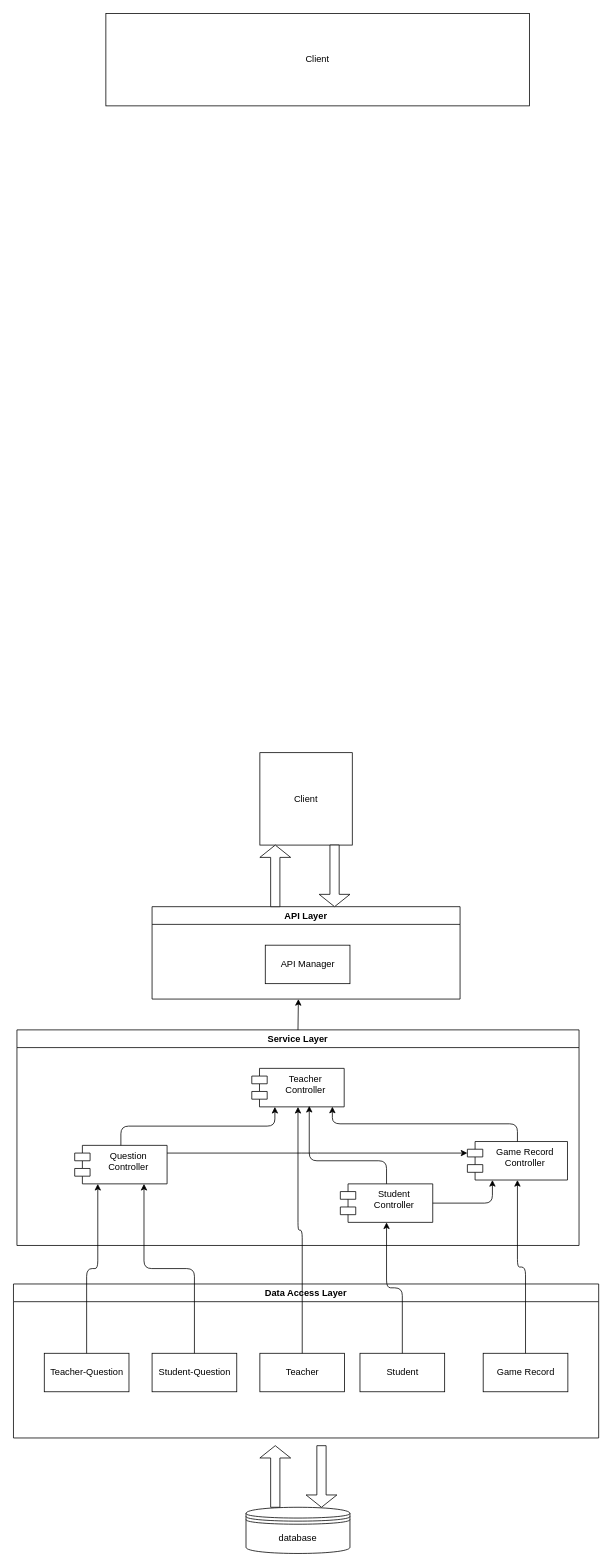
This is backend/Architecture_Diagram.drawio from zhangyongzhe20/CZ3003, a draw.io file, before an edit. Source tidied: cells renumbered, new cells numbered last; positions are measured from the earlier drawing's top-left corner, leaving out a move shared by most shapes. Both pictures are drawn from the tidied source at 77%, with x=0, y=0 at pixel (13, 13).
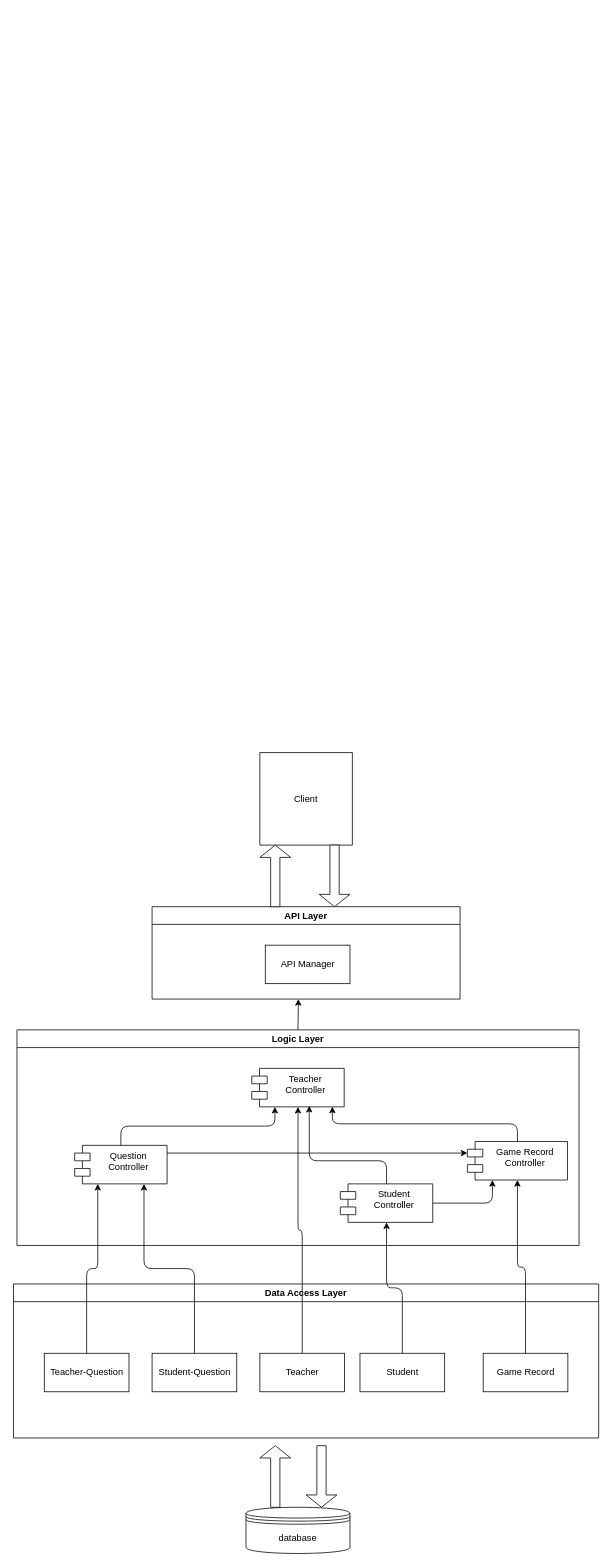
After the change.

Diff of the diagram source:
```diff
@@
-    <mxCell id="3" value="Service Layer" style="swimlane;" parent="1" vertex="1">
+    <mxCell id="3" value="Logic Layer" style="swimlane;" parent="1" vertex="1">
       <mxGeometry x="4.5" y="1320" width="730" height="280" as="geometry" />
     </mxCell>
@@
-    <mxCell id="31" value="Client" style="rounded=0;whiteSpace=wrap;html=1;" parent="1" vertex="1">
-      <mxGeometry x="120" width="550" height="120" as="geometry" />
-    </mxCell>
```
